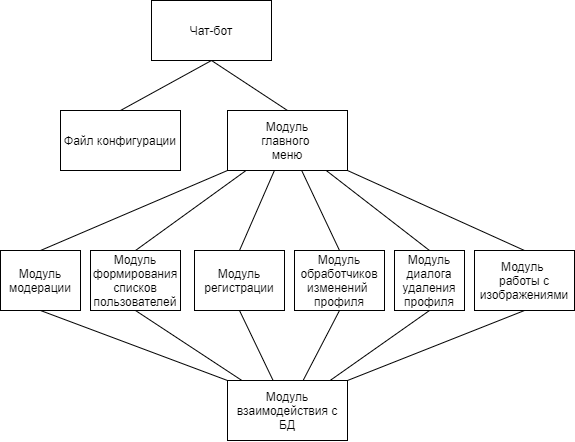
Before: курсовая трпс/схемы/структурная бот.drawio.png, a diagram exported from draw.io (Trickster2038/BmstuDocs5). Source tidied: cells renumbered, new cells last; positions are measured from the earlier drawing's top-left corner, leaving out a move shared by most shapes. Source of this version:
```xml
<mxGraphModel>
  <root>
    <mxCell id="0" />
    <mxCell id="1" parent="0" />
    <mxCell id="2" value="Чат-бот" style="rounded=0;whiteSpace=wrap;html=1;" parent="1" vertex="1">
      <mxGeometry x="151" width="120" height="60" as="geometry" />
    </mxCell>
    <mxCell id="3" style="edgeStyle=none;rounded=0;jettySize=auto;html=1;exitX=0.5;exitY=0;exitDx=0;exitDy=0;entryX=0.5;entryY=1;entryDx=0;entryDy=0;endArrow=none;endFill=0;" parent="1" edge="1" source="4" target="2">
      <mxGeometry relative="1" as="geometry" />
    </mxCell>
    <mxCell id="4" value="Файл конфигурации" style="rounded=0;whiteSpace=wrap;html=1;" parent="1" vertex="1">
      <mxGeometry x="60" y="110" width="120" height="60" as="geometry" />
    </mxCell>
    <mxCell id="5" style="edgeStyle=none;rounded=0;jettySize=auto;html=1;exitX=0.5;exitY=0;exitDx=0;exitDy=0;entryX=0.5;entryY=1;entryDx=0;entryDy=0;endArrow=none;endFill=0;" parent="1" edge="1" source="6" target="2">
      <mxGeometry relative="1" as="geometry" />
    </mxCell>
    <mxCell id="6" value="&lt;span style=&quot;background-color: rgb(255 , 255 , 255)&quot;&gt;Модуль&lt;br&gt;главного&amp;nbsp;&lt;br&gt;меню&lt;/span&gt;" style="rounded=0;whiteSpace=wrap;html=1;" parent="1" vertex="1">
      <mxGeometry x="227" y="110" width="120" height="60" as="geometry" />
    </mxCell>
    <mxCell id="7" value="Модуль взаимодействия с БД" style="rounded=0;whiteSpace=wrap;html=1;" parent="1" vertex="1">
      <mxGeometry x="227" y="380" width="120" height="60" as="geometry" />
    </mxCell>
    <mxCell id="8" style="edgeStyle=none;rounded=0;jettySize=auto;html=1;exitX=0.5;exitY=1;exitDx=0;exitDy=0;endArrow=none;endFill=0;entryX=1;entryY=0;entryDx=0;entryDy=0;" parent="1" edge="1" source="10" target="7">
      <mxGeometry relative="1" as="geometry" />
    </mxCell>
    <mxCell id="9" style="edgeStyle=none;rounded=0;jettySize=auto;html=1;exitX=0.5;exitY=0;exitDx=0;exitDy=0;endArrow=none;endFill=0;" parent="1" edge="1" source="10">
      <mxGeometry relative="1" as="geometry">
        <mxPoint x="347" y="170" as="targetPoint" />
      </mxGeometry>
    </mxCell>
    <mxCell id="10" value="Модуль &lt;br&gt;работы с изображениями" style="rounded=0;whiteSpace=wrap;html=1;" parent="1" vertex="1">
      <mxGeometry x="474" y="250" width="100" height="60" as="geometry" />
    </mxCell>
    <mxCell id="11" style="edgeStyle=none;rounded=0;jettySize=auto;html=1;exitX=0.5;exitY=1;exitDx=0;exitDy=0;endArrow=none;endFill=0;" parent="1" edge="1" source="13" target="7">
      <mxGeometry relative="1" as="geometry" />
    </mxCell>
    <mxCell id="12" style="edgeStyle=none;rounded=0;jettySize=auto;html=1;exitX=0.5;exitY=0;exitDx=0;exitDy=0;endArrow=none;endFill=0;" parent="1" edge="1" source="13" target="6">
      <mxGeometry relative="1" as="geometry" />
    </mxCell>
    <mxCell id="13" value="Модуль обработчиков изменений &lt;br&gt;профиля" style="rounded=0;whiteSpace=wrap;html=1;" parent="1" vertex="1">
      <mxGeometry x="294" y="250" width="90" height="60" as="geometry" />
    </mxCell>
    <mxCell id="14" style="edgeStyle=none;rounded=0;jettySize=auto;html=1;exitX=0.5;exitY=1;exitDx=0;exitDy=0;endArrow=none;endFill=0;" parent="1" edge="1" source="16" target="7">
      <mxGeometry relative="1" as="geometry" />
    </mxCell>
    <mxCell id="15" style="edgeStyle=none;rounded=0;jettySize=auto;html=1;exitX=0.5;exitY=0;exitDx=0;exitDy=0;endArrow=none;endFill=0;" parent="1" edge="1" source="16" target="6">
      <mxGeometry relative="1" as="geometry" />
    </mxCell>
    <mxCell id="16" value="Модуль&lt;br&gt;регистрации" style="rounded=0;whiteSpace=wrap;html=1;" parent="1" vertex="1">
      <mxGeometry x="194" y="250" width="90" height="60" as="geometry" />
    </mxCell>
    <mxCell id="17" style="edgeStyle=none;rounded=0;jettySize=auto;html=1;exitX=0.5;exitY=1;exitDx=0;exitDy=0;endArrow=none;endFill=0;" parent="1" edge="1" source="19" target="7">
      <mxGeometry relative="1" as="geometry" />
    </mxCell>
    <mxCell id="18" style="edgeStyle=none;rounded=0;jettySize=auto;html=1;exitX=0.5;exitY=0;exitDx=0;exitDy=0;endArrow=none;endFill=0;" parent="1" edge="1" source="19" target="6">
      <mxGeometry relative="1" as="geometry" />
    </mxCell>
    <mxCell id="19" value="Модуль&lt;br&gt;диалога&lt;br&gt;удаления&lt;br&gt;профиля" style="rounded=0;whiteSpace=wrap;html=1;" parent="1" vertex="1">
      <mxGeometry x="394" y="250" width="70" height="60" as="geometry" />
    </mxCell>
    <mxCell id="20" style="edgeStyle=none;rounded=0;jettySize=auto;html=1;exitX=0.5;exitY=1;exitDx=0;exitDy=0;endArrow=none;endFill=0;" parent="1" edge="1" source="22" target="7">
      <mxGeometry relative="1" as="geometry" />
    </mxCell>
    <mxCell id="21" style="edgeStyle=none;rounded=0;jettySize=auto;html=1;exitX=0.5;exitY=0;exitDx=0;exitDy=0;endArrow=none;endFill=0;" parent="1" edge="1" source="22" target="6">
      <mxGeometry relative="1" as="geometry" />
    </mxCell>
    <mxCell id="22" value="Модуль формирования списков пользователей" style="rounded=0;whiteSpace=wrap;html=1;" parent="1" vertex="1">
      <mxGeometry x="90" y="250" width="90" height="60" as="geometry" />
    </mxCell>
    <mxCell id="23" style="edgeStyle=none;rounded=0;jettySize=auto;html=1;exitX=0.5;exitY=1;exitDx=0;exitDy=0;endArrow=none;endFill=0;entryX=0;entryY=0;entryDx=0;entryDy=0;" parent="1" edge="1" source="25" target="7">
      <mxGeometry relative="1" as="geometry" />
    </mxCell>
    <mxCell id="24" style="edgeStyle=none;rounded=0;jettySize=auto;html=1;exitX=0.5;exitY=0;exitDx=0;exitDy=0;endArrow=none;endFill=0;" parent="1" edge="1" source="25">
      <mxGeometry relative="1" as="geometry">
        <mxPoint x="227" y="170" as="targetPoint" />
      </mxGeometry>
    </mxCell>
    <mxCell id="25" value="Модуль&lt;br&gt;модерации" style="rounded=0;whiteSpace=wrap;html=1;" parent="1" vertex="1">
      <mxGeometry y="250" width="80" height="60" as="geometry" />
    </mxCell>
  </root>
</mxGraphModel>
```
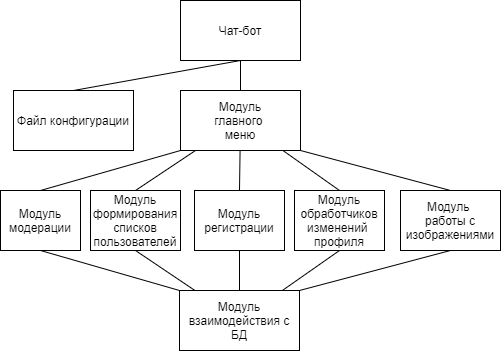
The same file after the commit.

Change to the diagram source:
```diff
@@ -3,7 +3,7 @@
     <mxCell id="0" />
     <mxCell id="1" parent="0" />
     <mxCell id="2" value="Чат-бот" style="rounded=0;whiteSpace=wrap;html=1;" parent="1" vertex="1">
-      <mxGeometry x="151" width="120" height="60" as="geometry" />
+      <mxGeometry x="227" y="20" width="120" height="60" as="geometry" />
     </mxCell>
     <mxCell id="3" style="edgeStyle=none;rounded=0;jettySize=auto;html=1;exitX=0.5;exitY=0;exitDx=0;exitDy=0;entryX=0.5;entryY=1;entryDx=0;entryDy=0;endArrow=none;endFill=0;" parent="1" edge="1" source="4" target="2">
       <mxGeometry relative="1" as="geometry" />
@@ -18,7 +18,7 @@
       <mxGeometry x="227" y="110" width="120" height="60" as="geometry" />
     </mxCell>
     <mxCell id="7" value="Модуль взаимодействия с БД" style="rounded=0;whiteSpace=wrap;html=1;" parent="1" vertex="1">
-      <mxGeometry x="227" y="380" width="120" height="60" as="geometry" />
+      <mxGeometry x="226" y="310" width="120" height="60" as="geometry" />
     </mxCell>
     <mxCell id="8" style="edgeStyle=none;rounded=0;jettySize=auto;html=1;exitX=0.5;exitY=1;exitDx=0;exitDy=0;endArrow=none;endFill=0;entryX=1;entryY=0;entryDx=0;entryDy=0;" parent="1" edge="1" source="10" target="7">
       <mxGeometry relative="1" as="geometry" />
@@ -29,7 +29,7 @@
       </mxGeometry>
     </mxCell>
     <mxCell id="10" value="Модуль &lt;br&gt;работы с изображениями" style="rounded=0;whiteSpace=wrap;html=1;" parent="1" vertex="1">
-      <mxGeometry x="474" y="250" width="100" height="60" as="geometry" />
+      <mxGeometry x="447" y="210" width="100" height="60" as="geometry" />
     </mxCell>
     <mxCell id="11" style="edgeStyle=none;rounded=0;jettySize=auto;html=1;exitX=0.5;exitY=1;exitDx=0;exitDy=0;endArrow=none;endFill=0;" parent="1" edge="1" source="13" target="7">
       <mxGeometry relative="1" as="geometry" />
@@ -38,7 +38,7 @@
       <mxGeometry relative="1" as="geometry" />
     </mxCell>
     <mxCell id="13" value="Модуль обработчиков изменений &lt;br&gt;профиля" style="rounded=0;whiteSpace=wrap;html=1;" parent="1" vertex="1">
-      <mxGeometry x="294" y="250" width="90" height="60" as="geometry" />
+      <mxGeometry x="341" y="210" width="90" height="60" as="geometry" />
     </mxCell>
     <mxCell id="14" style="edgeStyle=none;rounded=0;jettySize=auto;html=1;exitX=0.5;exitY=1;exitDx=0;exitDy=0;endArrow=none;endFill=0;" parent="1" edge="1" source="16" target="7">
       <mxGeometry relative="1" as="geometry" />
@@ -47,17 +47,8 @@
       <mxGeometry relative="1" as="geometry" />
     </mxCell>
     <mxCell id="16" value="Модуль&lt;br&gt;регистрации" style="rounded=0;whiteSpace=wrap;html=1;" parent="1" vertex="1">
-      <mxGeometry x="194" y="250" width="90" height="60" as="geometry" />
+      <mxGeometry x="241" y="210" width="90" height="60" as="geometry" />
     </mxCell>
-    <mxCell id="17" style="edgeStyle=none;rounded=0;jettySize=auto;html=1;exitX=0.5;exitY=1;exitDx=0;exitDy=0;endArrow=none;endFill=0;" parent="1" edge="1" source="19" target="7">
-      <mxGeometry relative="1" as="geometry" />
-    </mxCell>
-    <mxCell id="18" style="edgeStyle=none;rounded=0;jettySize=auto;html=1;exitX=0.5;exitY=0;exitDx=0;exitDy=0;endArrow=none;endFill=0;" parent="1" edge="1" source="19" target="6">
-      <mxGeometry relative="1" as="geometry" />
-    </mxCell>
-    <mxCell id="19" value="Модуль&lt;br&gt;диалога&lt;br&gt;удаления&lt;br&gt;профиля" style="rounded=0;whiteSpace=wrap;html=1;" parent="1" vertex="1">
-      <mxGeometry x="394" y="250" width="70" height="60" as="geometry" />
-    </mxCell>
     <mxCell id="20" style="edgeStyle=none;rounded=0;jettySize=auto;html=1;exitX=0.5;exitY=1;exitDx=0;exitDy=0;endArrow=none;endFill=0;" parent="1" edge="1" source="22" target="7">
       <mxGeometry relative="1" as="geometry" />
     </mxCell>
@@ -65,7 +56,7 @@
       <mxGeometry relative="1" as="geometry" />
     </mxCell>
     <mxCell id="22" value="Модуль формирования списков пользователей" style="rounded=0;whiteSpace=wrap;html=1;" parent="1" vertex="1">
-      <mxGeometry x="90" y="250" width="90" height="60" as="geometry" />
+      <mxGeometry x="137" y="210" width="90" height="60" as="geometry" />
     </mxCell>
     <mxCell id="23" style="edgeStyle=none;rounded=0;jettySize=auto;html=1;exitX=0.5;exitY=1;exitDx=0;exitDy=0;endArrow=none;endFill=0;entryX=0;entryY=0;entryDx=0;entryDy=0;" parent="1" edge="1" source="25" target="7">
       <mxGeometry relative="1" as="geometry" />
@@ -76,7 +67,7 @@
       </mxGeometry>
     </mxCell>
     <mxCell id="25" value="Модуль&lt;br&gt;модерации" style="rounded=0;whiteSpace=wrap;html=1;" parent="1" vertex="1">
-      <mxGeometry y="250" width="80" height="60" as="geometry" />
+      <mxGeometry x="47" y="210" width="80" height="60" as="geometry" />
     </mxCell>
   </root>
 </mxGraphModel>
```
